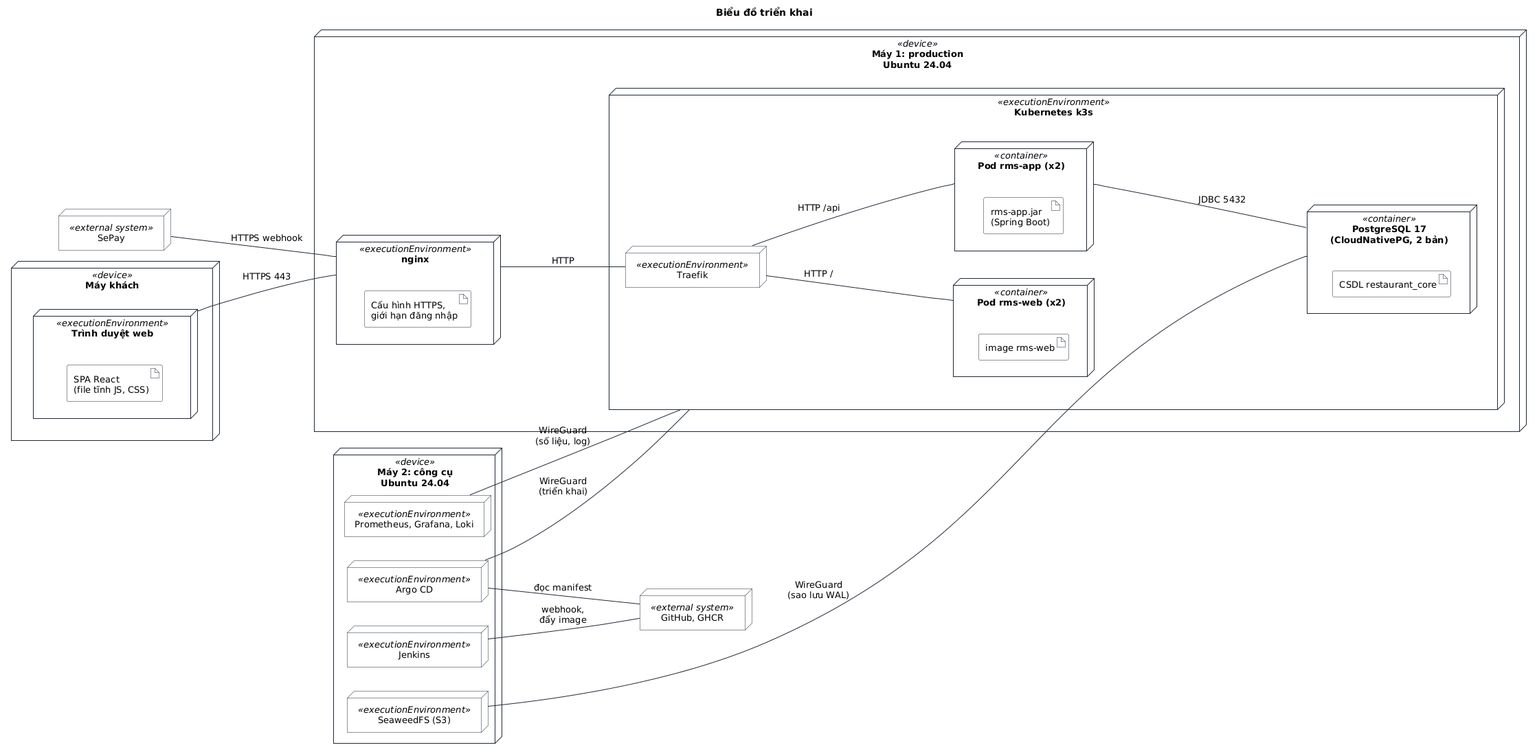
Anpham120/restaurant-management-system keeps this PlantUML diagram as docs/bao-cao-ltnc/uml/deploy.png. Above is the earlier version.
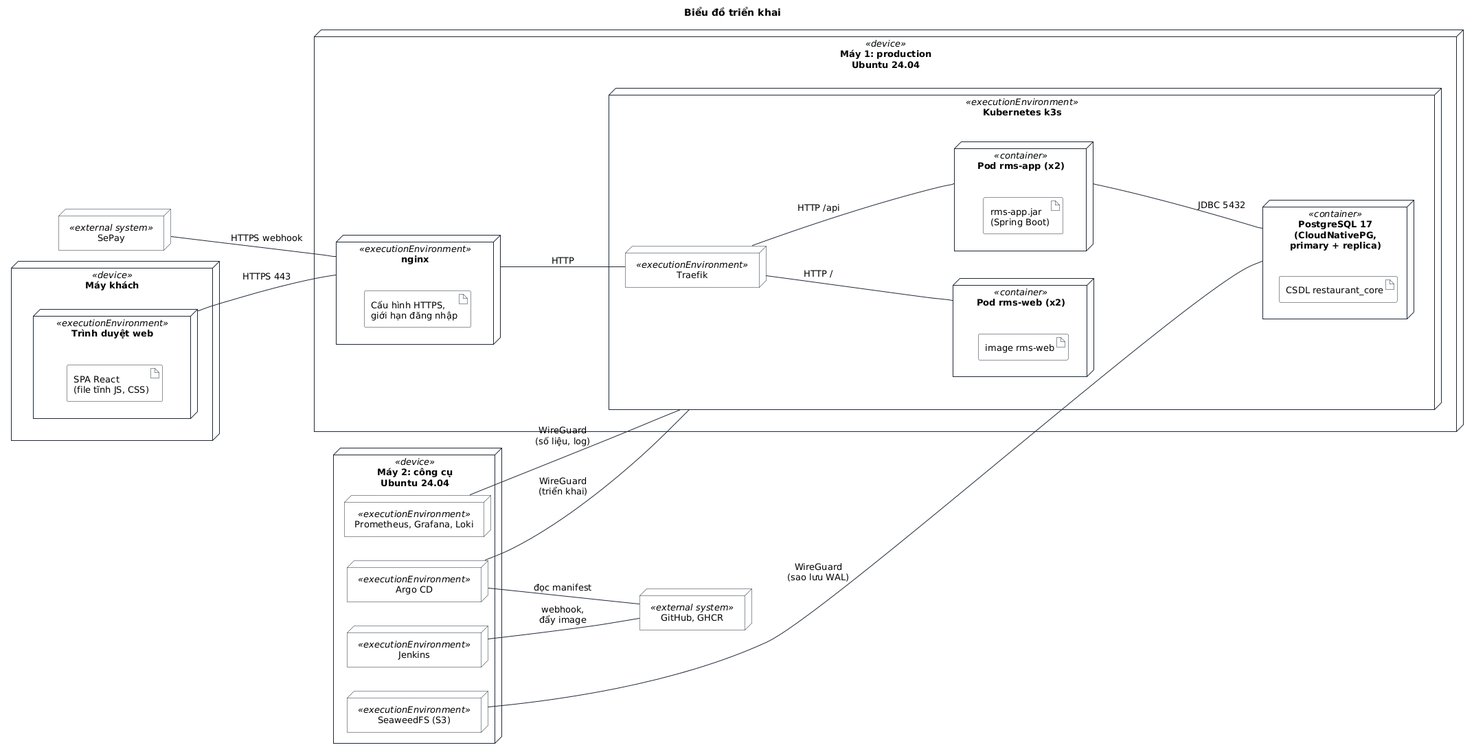
Later version of the same file.

Commit message:
docs: phan biet "pod (replica)" va "phien ban" trong bao cao, slide

The edit, as a diff of the source:
```diff
@@ -19,7 +19,7 @@
     node "Pod rms-app (x2)" <<container>> as APP {
       artifact "rms-app.jar\n(Spring Boot)" as JAR
     }
-    node "PostgreSQL 17\n(CloudNativePG, 2 bản)" <<container>> as DB {
+    node "PostgreSQL 17\n(CloudNativePG,\nprimary + replica)" <<container>> as DB {
       artifact "CSDL restaurant_core" as SCHEMA
     }
   }
```
